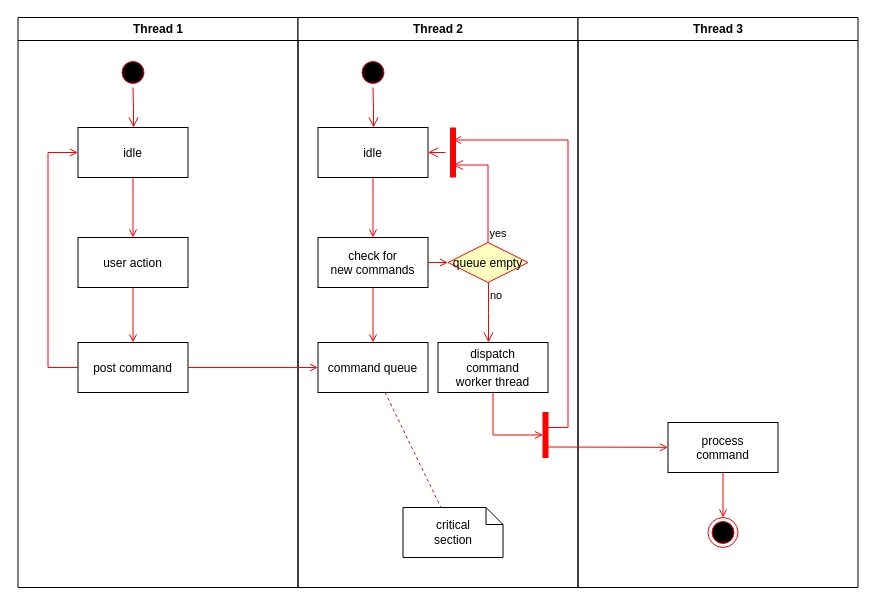
Earlier version of the draw.io diagram 数据库子功能流程图.drawio (guokaichina/database-ER). Source tidied: cells renumbered, new cells numbered last; positions are measured from the earlier drawing's top-left corner, leaving out a move shared by most shapes. Both pictures are drawn from the tidied source at 100%, with x=0, y=0 at pixel (17, 17).
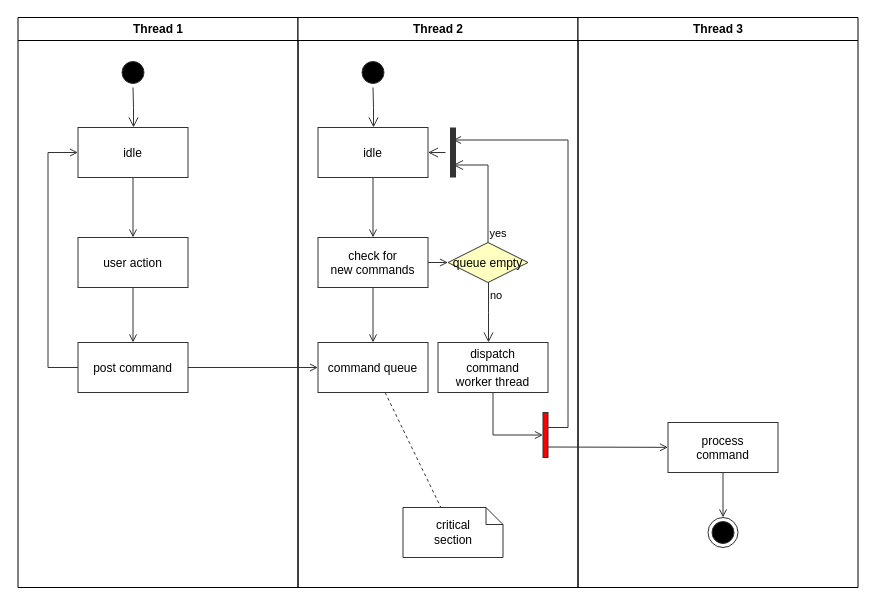
After the change.

Commit message (it also covers changes not shown here):
更新数据库子功能流程图.drawio

The change refers to these unchanged cells:
```xml
<mxCell id="2" value="Thread 1" style="swimlane;whiteSpace=wrap;" parent="1" vertex="1">
  <mxGeometry x="0.5" width="280" height="570" as="geometry" />
</mxCell>
<mxCell id="11" value="Thread 2" style="swimlane;whiteSpace=wrap;" parent="1" vertex="1">
  <mxGeometry x="280.5" width="280" height="570" as="geometry" />
</mxCell>
<mxCell id="30" value="Thread 3" style="swimlane;whiteSpace=wrap;" parent="1" vertex="1">
  <mxGeometry x="560.5" width="280" height="570" as="geometry" />
</mxCell>
```

The edit, as a diff of the source:
```diff
@@
-    <mxCell id="3" style="ellipse;shape=startState;fillColor=#000000;strokeColor=#ff0000;" parent="2" vertex="1">
+    <mxCell id="3" style="ellipse;shape=startState;fillColor=#000000;strokeColor=#333333;" parent="2" vertex="1">
       <mxGeometry x="100" y="40" width="30" height="30" as="geometry" />
     </mxCell>
-    <mxCell id="4" style="edgeStyle=elbowEdgeStyle;elbow=horizontal;verticalAlign=bottom;endArrow=open;endSize=8;strokeColor=#FF0000;endFill=1;rounded=0;" parent="2" edge="1" source="3" target="5">
+    <mxCell id="4" style="edgeStyle=elbowEdgeStyle;elbow=horizontal;verticalAlign=bottom;endArrow=open;endSize=8;strokeColor=#333333;endFill=1;rounded=0;" parent="2" edge="1" source="3" target="5">
       <mxGeometry x="100" y="40" as="geometry" />
     </mxCell>
-    <mxCell id="5" value="idle" parent="2" vertex="1">
+    <mxCell id="5" value="idle" style="strokeColor=#333333;" parent="2" vertex="1">
       <mxGeometry x="60" y="110" width="110" height="50" as="geometry" />
     </mxCell>
-    <mxCell id="6" value="user action" parent="2" vertex="1">
+    <mxCell id="6" value="user action" style="strokeColor=#333333;" parent="2" vertex="1">
       <mxGeometry x="60" y="220" width="110" height="50" as="geometry" />
     </mxCell>
-    <mxCell id="7" style="endArrow=open;strokeColor=#FF0000;endFill=1;rounded=0;" parent="2" edge="1" source="5" target="6">
+    <mxCell id="7" style="endArrow=open;strokeColor=#333333;endFill=1;rounded=0;" parent="2" edge="1" source="5" target="6">
       <mxGeometry relative="1" as="geometry" />
     </mxCell>
-    <mxCell id="8" value="post command" parent="2" vertex="1">
+    <mxCell id="8" value="post command" style="strokeColor=#333333;" parent="2" vertex="1">
       <mxGeometry x="60" y="325" width="110" height="50" as="geometry" />
     </mxCell>
-    <mxCell id="9" style="endArrow=open;strokeColor=#FF0000;endFill=1;rounded=0;" parent="2" edge="1" source="6" target="8">
+    <mxCell id="9" style="endArrow=open;strokeColor=#333333;endFill=1;rounded=0;" parent="2" edge="1" source="6" target="8">
       <mxGeometry relative="1" as="geometry" />
     </mxCell>
-    <mxCell id="10" style="edgeStyle=elbowEdgeStyle;elbow=horizontal;strokeColor=#FF0000;endArrow=open;endFill=1;rounded=0;" parent="2" edge="1" source="8" target="5">
+    <mxCell id="10" style="edgeStyle=elbowEdgeStyle;elbow=horizontal;strokeColor=#333333;endArrow=open;endFill=1;rounded=0;" parent="2" edge="1" source="8" target="5">
       <mxGeometry relative="1" as="geometry">
         <Array as="points">
           <mxPoint x="30" y="250" />
         </Array>
       </mxGeometry>
     </mxCell>
@@
-    <mxCell id="12" style="ellipse;shape=startState;fillColor=#000000;strokeColor=#ff0000;" parent="11" vertex="1">
+    <mxCell id="12" style="ellipse;shape=startState;fillColor=#000000;strokeColor=#333333;" parent="11" vertex="1">
       <mxGeometry x="60" y="40" width="30" height="30" as="geometry" />
     </mxCell>
-    <mxCell id="13" style="edgeStyle=elbowEdgeStyle;elbow=horizontal;verticalAlign=bottom;endArrow=open;endSize=8;strokeColor=#FF0000;endFill=1;rounded=0;" parent="11" edge="1" source="12" target="14">
+    <mxCell id="13" style="edgeStyle=elbowEdgeStyle;elbow=horizontal;verticalAlign=bottom;endArrow=open;endSize=8;strokeColor=#333333;endFill=1;rounded=0;" parent="11" edge="1" source="12" target="14">
       <mxGeometry x="40" y="20" as="geometry" />
     </mxCell>
-    <mxCell id="14" value="idle" parent="11" vertex="1">
+    <mxCell id="14" value="idle" style="strokeColor=#333333;" parent="11" vertex="1">
       <mxGeometry x="20" y="110" width="110" height="50" as="geometry" />
     </mxCell>
-    <mxCell id="15" value="check for &#10;new commands" parent="11" vertex="1">
+    <mxCell id="15" value="check for &#10;new commands" style="strokeColor=#333333;" parent="11" vertex="1">
       <mxGeometry x="20" y="220" width="110" height="50" as="geometry" />
     </mxCell>
-    <mxCell id="16" style="endArrow=open;strokeColor=#FF0000;endFill=1;rounded=0;" parent="11" edge="1" source="14" target="15">
+    <mxCell id="16" style="endArrow=open;strokeColor=#333333;endFill=1;rounded=0;" parent="11" edge="1" source="14" target="15">
       <mxGeometry relative="1" as="geometry" />
     </mxCell>
-    <mxCell id="17" value="command queue" parent="11" vertex="1">
+    <mxCell id="17" value="command queue" style="strokeColor=#333333;" parent="11" vertex="1">
       <mxGeometry x="20" y="325" width="110" height="50" as="geometry" />
     </mxCell>
-    <mxCell id="18" style="endArrow=open;strokeColor=#FF0000;endFill=1;rounded=0;" parent="11" edge="1" source="15" target="17">
+    <mxCell id="18" style="endArrow=open;strokeColor=#333333;endFill=1;rounded=0;" parent="11" edge="1" source="15" target="17">
       <mxGeometry relative="1" as="geometry" />
     </mxCell>
-    <mxCell id="19" value="queue empty" style="rhombus;fillColor=#ffffc0;strokeColor=#ff0000;" parent="11" vertex="1">
+    <mxCell id="19" value="queue empty" style="rhombus;fillColor=#ffffc0;strokeColor=#333333;" parent="11" vertex="1">
       <mxGeometry x="150" y="225" width="80" height="40" as="geometry" />
     </mxCell>
-    <mxCell id="20" value="yes" style="edgeStyle=elbowEdgeStyle;elbow=horizontal;align=left;verticalAlign=bottom;endArrow=open;endSize=8;strokeColor=#FF0000;exitX=0.5;exitY=0;endFill=1;rounded=0;entryX=0.75;entryY=0.5;entryPerimeter=0;" parent="11" edge="1" source="19" target="23">
+    <mxCell id="20" value="yes" style="edgeStyle=elbowEdgeStyle;elbow=horizontal;align=left;verticalAlign=bottom;endArrow=open;endSize=8;strokeColor=#333333;exitX=0.5;exitY=0;endFill=1;rounded=0;entryX=0.75;entryY=0.5;entryPerimeter=0;" parent="11" edge="1" source="19" target="23">
       <mxGeometry x="-1" relative="1" as="geometry">
         <Array as="points">
           <mxPoint x="190" y="180" />
         </Array>
       </mxGeometry>
     </mxCell>
-    <mxCell id="21" value="no" style="edgeStyle=elbowEdgeStyle;elbow=horizontal;align=left;verticalAlign=top;endArrow=open;endSize=8;strokeColor=#FF0000;endFill=1;rounded=0;" parent="11" edge="1" source="19" target="25">
+    <mxCell id="21" value="no" style="edgeStyle=elbowEdgeStyle;elbow=horizontal;align=left;verticalAlign=top;endArrow=open;endSize=8;strokeColor=#333333;endFill=1;rounded=0;" parent="11" edge="1" source="19" target="25">
       <mxGeometry x="-1" relative="1" as="geometry" />
     </mxCell>
-    <mxCell id="22" style="endArrow=open;strokeColor=#FF0000;endFill=1;rounded=0;" parent="11" edge="1" source="15" target="19">
+    <mxCell id="22" style="endArrow=open;strokeColor=#333333;endFill=1;rounded=0;" parent="11" edge="1" source="15" target="19">
       <mxGeometry relative="1" as="geometry" />
     </mxCell>
-    <mxCell id="23" style="shape=line;strokeWidth=6;strokeColor=#ff0000;rotation=90;" parent="11" vertex="1">
+    <mxCell id="23" style="shape=line;strokeWidth=6;strokeColor=#333333;rotation=90;" parent="11" vertex="1">
       <mxGeometry x="130" y="127.5" width="50" height="15" as="geometry" />
     </mxCell>
-    <mxCell id="24" style="edgeStyle=elbowEdgeStyle;elbow=horizontal;verticalAlign=bottom;endArrow=open;endSize=8;strokeColor=#FF0000;endFill=1;rounded=0;" parent="11" edge="1" source="23" target="14">
+    <mxCell id="24" style="edgeStyle=elbowEdgeStyle;elbow=horizontal;verticalAlign=bottom;endArrow=open;endSize=8;strokeColor=#333333;endFill=1;rounded=0;" parent="11" edge="1" source="23" target="14">
       <mxGeometry x="130" y="90" as="geometry" />
     </mxCell>
-    <mxCell id="25" value="dispatch&#10;command&#10;worker thread" parent="11" vertex="1">
+    <mxCell id="25" value="dispatch&#10;command&#10;worker thread" style="strokeColor=#333333;" parent="11" vertex="1">
       <mxGeometry x="140" y="325" width="110" height="50" as="geometry" />
     </mxCell>
-    <mxCell id="26" value="critical&#10;section" style="shape=note;whiteSpace=wrap;size=17;" parent="11" vertex="1">
+    <mxCell id="26" value="critical&#10;section" style="shape=note;whiteSpace=wrap;size=17;strokeColor=#333333;" parent="11" vertex="1">
       <mxGeometry x="105" y="490" width="100" height="50" as="geometry" />
     </mxCell>
-    <mxCell id="27" style="endArrow=none;strokeColor=#FF0000;endFill=0;rounded=0;dashed=1;" parent="11" edge="1" source="17" target="26">
+    <mxCell id="27" style="endArrow=none;strokeColor=#333333;endFill=0;rounded=0;dashed=1;" parent="11" edge="1" source="17" target="26">
       <mxGeometry relative="1" as="geometry" />
     </mxCell>
-    <mxCell id="28" style="whiteSpace=wrap;strokeColor=#FF0000;fillColor=#FF0000;" parent="11" vertex="1">
+    <mxCell id="28" style="whiteSpace=wrap;strokeColor=#333333;fillColor=#FF0000;" parent="11" vertex="1">
       <mxGeometry x="245" y="395" width="5" height="45" as="geometry" />
     </mxCell>
-    <mxCell id="29" style="edgeStyle=elbowEdgeStyle;elbow=horizontal;entryX=0;entryY=0.5;strokeColor=#FF0000;endArrow=open;endFill=1;rounded=0;" parent="11" edge="1" source="25" target="28">
+    <mxCell id="29" style="edgeStyle=elbowEdgeStyle;elbow=horizontal;entryX=0;entryY=0.5;strokeColor=#333333;endArrow=open;endFill=1;rounded=0;" parent="11" edge="1" source="25" target="28">
       <mxGeometry relative="1" as="geometry">
         <Array as="points">
           <mxPoint x="195" y="400" />
         </Array>
       </mxGeometry>
     </mxCell>
@@
-    <mxCell id="31" value="process&#10;command" parent="30" vertex="1">
+    <mxCell id="31" value="process&#10;command" style="strokeColor=#333333;" parent="30" vertex="1">
       <mxGeometry x="90" y="405" width="110" height="50" as="geometry" />
     </mxCell>
-    <mxCell id="32" style="edgeStyle=elbowEdgeStyle;elbow=horizontal;strokeColor=#FF0000;endArrow=open;endFill=1;rounded=0;entryX=0.25;entryY=0.5;entryPerimeter=0;" parent="30" edge="1" target="23">
+    <mxCell id="32" style="edgeStyle=elbowEdgeStyle;elbow=horizontal;strokeColor=#333333;endArrow=open;endFill=1;rounded=0;entryX=0.25;entryY=0.5;entryPerimeter=0;" parent="30" edge="1" target="23">
       <mxGeometry relative="1" as="geometry">
         <mxPoint x="-30" y="410" as="sourcePoint" />
         <Array as="points">
           <mxPoint x="-10" y="135" />
         </Array>
       </mxGeometry>
     </mxCell>
-    <mxCell id="33" style="edgeStyle=none;strokeColor=#FF0000;endArrow=open;endFill=1;rounded=0;" parent="30" edge="1" target="31">
+    <mxCell id="33" style="edgeStyle=none;strokeColor=#333333;endArrow=open;endFill=1;rounded=0;" parent="30" edge="1" target="31">
       <mxGeometry relative="1" as="geometry">
         <mxPoint x="-30" y="429.5" as="sourcePoint" />
       </mxGeometry>
     </mxCell>
-    <mxCell id="34" style="ellipse;shape=endState;fillColor=#000000;strokeColor=#ff0000;" parent="30" vertex="1">
+    <mxCell id="34" style="ellipse;shape=endState;fillColor=#000000;strokeColor=#333333;" parent="30" vertex="1">
       <mxGeometry x="130" y="500" width="30" height="30" as="geometry" />
     </mxCell>
-    <mxCell id="35" style="endArrow=open;strokeColor=#FF0000;endFill=1;rounded=0;" parent="30" edge="1" source="31" target="34">
+    <mxCell id="35" style="endArrow=open;strokeColor=#333333;endFill=1;rounded=0;" parent="30" edge="1" source="31" target="34">
       <mxGeometry relative="1" as="geometry" />
     </mxCell>
-    <mxCell id="36" style="endArrow=open;strokeColor=#FF0000;endFill=1;rounded=0;" parent="1" edge="1" source="8" target="17">
+    <mxCell id="36" style="endArrow=open;strokeColor=#333333;endFill=1;rounded=0;" parent="1" edge="1" source="8" target="17">
       <mxGeometry relative="1" as="geometry" />
     </mxCell>
```
